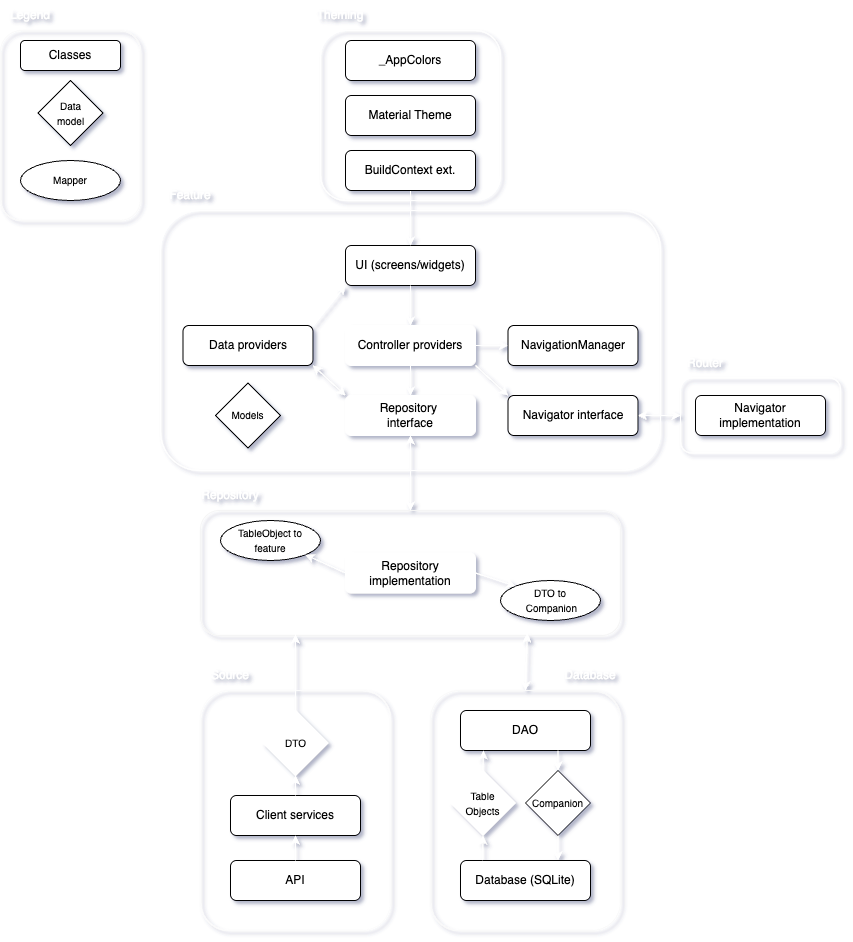
Before: src/public/architecture.png, a diagram exported from draw.io (wisemen-digital/flutter-playbook). Source tidied: cells renumbered, new cells last; positions are measured from the earlier drawing's top-left corner, leaving out a move shared by most shapes.
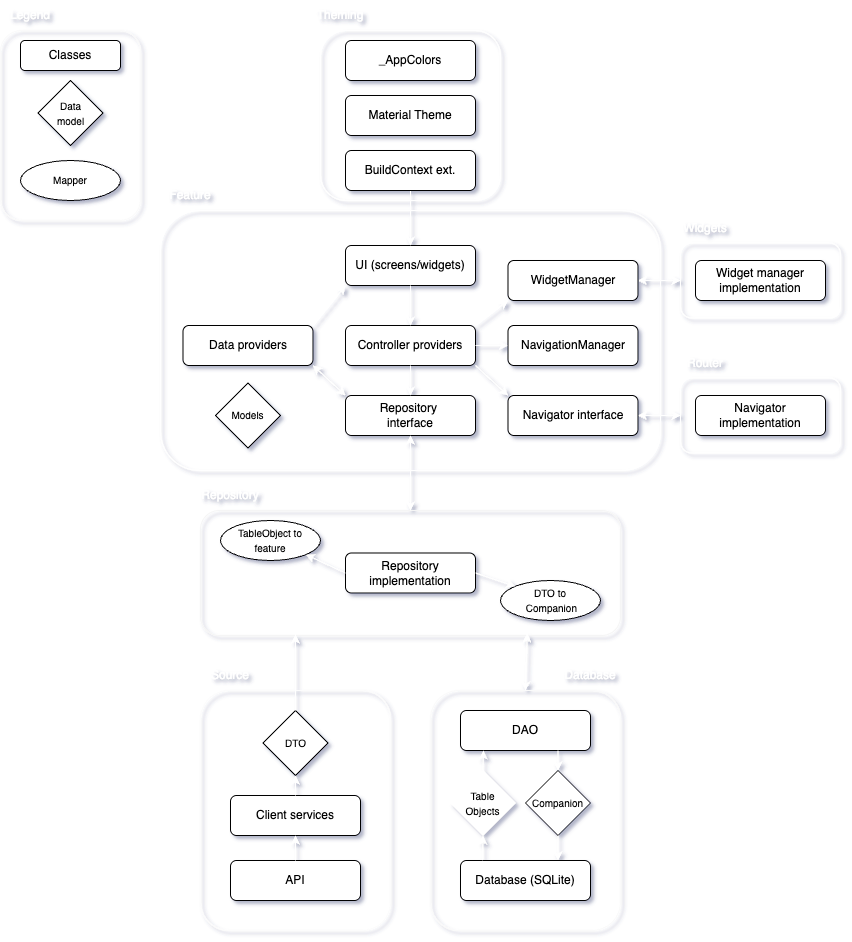
Later version of the same file.

Diff of the diagram source:
```diff
@@ -14,7 +14,7 @@
     <mxCell id="5" value="API" style="rounded=1;whiteSpace=wrap;html=1;fontSize=12;glass=0;strokeWidth=1;shadow=0;" parent="1" vertex="1">
       <mxGeometry x="230" y="860" width="130" height="40" as="geometry" />
     </mxCell>
-    <mxCell id="6" value="&lt;font style=&quot;font-size: 10px;&quot;&gt;DTO&lt;/font&gt;" style="rhombus;whiteSpace=wrap;html=1;strokeColor=#FFFFFF;" parent="1" vertex="1">
+    <mxCell id="6" value="&lt;font style=&quot;font-size: 10px;&quot;&gt;DTO&lt;/font&gt;" style="rhombus;whiteSpace=wrap;html=1;" parent="1" vertex="1">
       <mxGeometry x="262.5" y="710" width="65" height="65" as="geometry" />
     </mxCell>
     <mxCell id="7" value="Source" style="text;html=1;align=center;verticalAlign=middle;whiteSpace=wrap;rounded=0;fontColor=#FFFFFF;" parent="1" vertex="1">
@@ -67,7 +67,7 @@
     <mxCell id="22" value="Repository" style="text;html=1;align=center;verticalAlign=middle;whiteSpace=wrap;rounded=0;fontColor=#FFFFFF;" parent="1" vertex="1">
       <mxGeometry x="200" y="480" width="60" height="30" as="geometry" />
     </mxCell>
-    <mxCell id="23" value="Repository implementation" style="rounded=1;whiteSpace=wrap;html=1;fontSize=12;glass=0;strokeWidth=1;shadow=0;strokeColor=#FFFFFF;" parent="1" vertex="1">
+    <mxCell id="23" value="Repository implementation" style="rounded=1;whiteSpace=wrap;html=1;fontSize=12;glass=0;strokeWidth=1;shadow=0;" parent="1" vertex="1">
       <mxGeometry x="345" y="552.5" width="130" height="40" as="geometry" />
     </mxCell>
     <mxCell id="24" value="&lt;font style=&quot;font-size: 10px;&quot;&gt;DTO to&lt;br&gt;&amp;nbsp;Companion&lt;/font&gt;" style="ellipse;whiteSpace=wrap;html=1;" parent="1" vertex="1">
@@ -90,13 +90,13 @@
     <mxCell id="29" style="endArrow=classic;startArrow=classic;html=1;rounded=0;exitX=0.5;exitY=0;exitDx=0;exitDy=0;entryX=0.778;entryY=0.984;entryDx=0;entryDy=0;entryPerimeter=0;strokeColor=#FFFFFF;" parent="1" edge="1" source="10" target="21">
       <mxGeometry relative="1" as="geometry" />
     </mxCell>
-    <mxCell id="30" value="Repository&amp;nbsp;&lt;div&gt;interface&lt;/div&gt;" style="rounded=1;whiteSpace=wrap;html=1;fontSize=12;glass=0;strokeWidth=1;shadow=0;strokeColor=#FFFFFF;" parent="1" vertex="1">
+    <mxCell id="30" value="Repository&amp;nbsp;&lt;div&gt;interface&lt;/div&gt;" style="rounded=1;whiteSpace=wrap;html=1;fontSize=12;glass=0;strokeWidth=1;shadow=0;" parent="1" vertex="1">
       <mxGeometry x="345" y="395" width="130" height="40" as="geometry" />
     </mxCell>
     <mxCell id="31" value="Navigator interface" style="rounded=1;whiteSpace=wrap;html=1;fontSize=12;glass=0;strokeWidth=1;shadow=0;" parent="1" vertex="1">
       <mxGeometry x="507.5" y="395" width="130" height="40" as="geometry" />
     </mxCell>
-    <mxCell id="32" value="Controller providers" style="rounded=1;whiteSpace=wrap;html=1;fontSize=12;glass=0;strokeWidth=1;shadow=0;strokeColor=#FFFFFF;" parent="1" vertex="1">
+    <mxCell id="32" value="Controller providers" style="rounded=1;whiteSpace=wrap;html=1;fontSize=12;glass=0;strokeWidth=1;shadow=0;" parent="1" vertex="1">
       <mxGeometry x="345" y="325" width="130" height="40" as="geometry" />
     </mxCell>
     <mxCell id="33" value="Data providers" style="rounded=1;whiteSpace=wrap;html=1;fontSize=12;glass=0;strokeWidth=1;shadow=0;" parent="1" vertex="1">
@@ -177,5 +177,23 @@
     <mxCell id="58" value="Legend" style="text;html=1;align=center;verticalAlign=middle;whiteSpace=wrap;rounded=0;fontColor=#FFFFFF;" parent="1" vertex="1">
       <mxGeometry width="60" height="30" as="geometry" />
     </mxCell>
+    <mxCell id="59" style="rounded=1;whiteSpace=wrap;html=1;fillColor=none;strokeColor=#FFFFFF;" parent="1" vertex="1">
+      <mxGeometry x="680" y="242.5" width="160" height="75" as="geometry" />
+    </mxCell>
+    <mxCell id="60" value="Widgets" style="text;html=1;align=center;verticalAlign=middle;whiteSpace=wrap;rounded=0;fontColor=#FFFFFF;" parent="1" vertex="1">
+      <mxGeometry x="680" y="212.5" width="50" height="30" as="geometry" />
+    </mxCell>
+    <mxCell id="61" value="Widget manager&lt;div&gt;implementation&lt;/div&gt;" style="rounded=1;whiteSpace=wrap;html=1;fontSize=12;glass=0;strokeWidth=1;shadow=0;" parent="1" vertex="1">
+      <mxGeometry x="695" y="260" width="130" height="40" as="geometry" />
+    </mxCell>
+    <mxCell id="62" style="endArrow=classic;startArrow=classic;html=1;rounded=0;entryX=0;entryY=0.5;entryDx=0;entryDy=0;exitX=1;exitY=0.5;exitDx=0;exitDy=0;strokeColor=#FFFFFF;" parent="1" edge="1" source="63" target="59">
+      <mxGeometry relative="1" as="geometry" />
+    </mxCell>
+    <mxCell id="63" value="WidgetManager" style="rounded=1;whiteSpace=wrap;html=1;fontSize=12;glass=0;strokeWidth=1;shadow=0;" parent="1" vertex="1">
+      <mxGeometry x="507.5" y="260" width="130" height="40" as="geometry" />
+    </mxCell>
+    <mxCell id="64" style="endArrow=classic;html=1;rounded=0;entryX=0;entryY=1;entryDx=0;entryDy=0;exitX=1;exitY=0;exitDx=0;exitDy=0;strokeColor=#FFFFFF;" parent="1" edge="1" source="32" target="63">
+      <mxGeometry relative="1" as="geometry" />
+    </mxCell>
   </root>
 </mxGraphModel>
```
